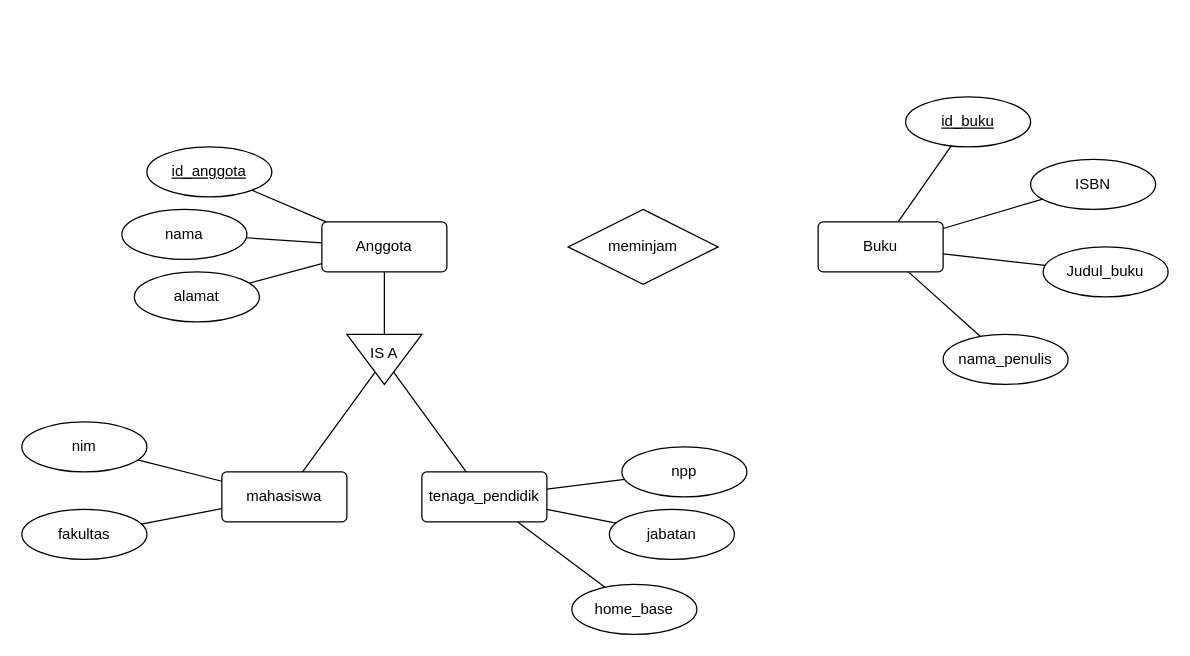
Earlier version of the draw.io diagram perpus.drawio (ilhamtkj/diagram). Source tidied: cells renumbered, new cells numbered last; positions are measured from the earlier drawing's top-left corner, leaving out a move shared by most shapes. Both pictures are drawn from the tidied source at 125%, with x=0, y=0 at pixel (21, 96).
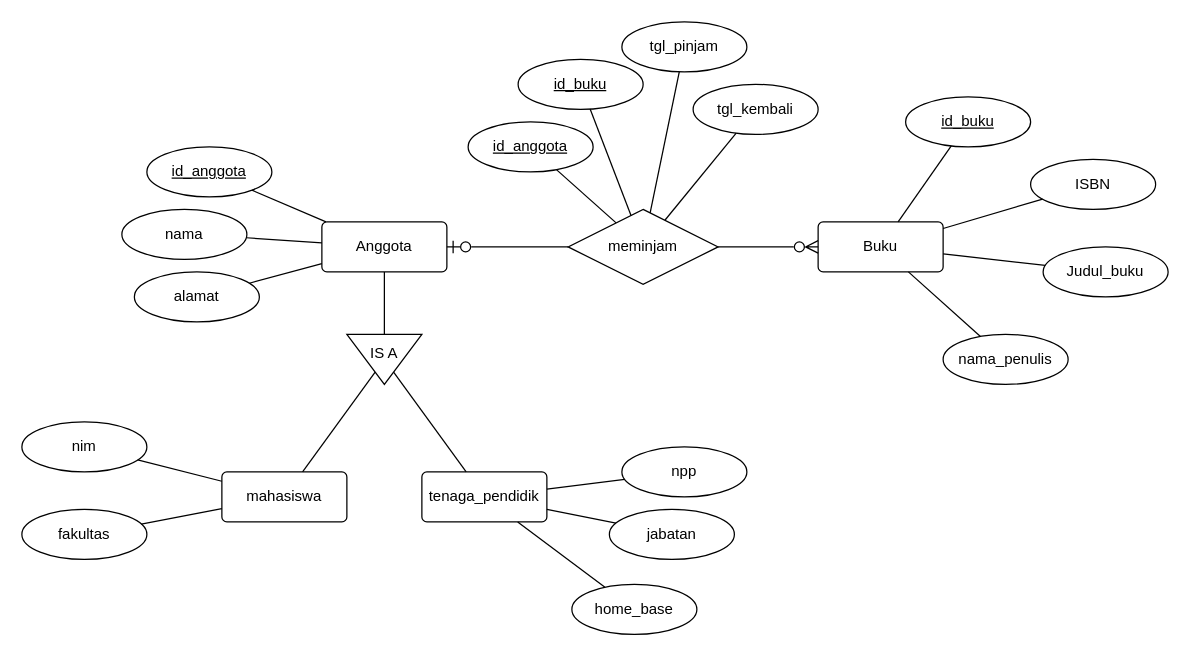
Above is the later version.

The change refers to these unchanged cells:
```xml
<mxCell id="2" value="Buku" style="rounded=1;arcSize=10;whiteSpace=wrap;html=1;align=center;" parent="1" vertex="1">
  <mxGeometry x="637" y="100" width="100" height="40" as="geometry" />
</mxCell>
<mxCell id="11" value="Anggota" style="rounded=1;arcSize=10;whiteSpace=wrap;html=1;align=center;" parent="1" vertex="1">
  <mxGeometry x="240" y="100" width="100" height="40" as="geometry" />
</mxCell>
<mxCell id="36" value="meminjam" style="shape=rhombus;perimeter=rhombusPerimeter;whiteSpace=wrap;html=1;align=center;" parent="1" vertex="1">
  <mxGeometry x="437" y="90" width="120" height="60" as="geometry" />
</mxCell>
```

The edit, as a diff of the source:
```diff
@@
+    <mxCell id="37" style="endArrow=none;html=1;rounded=0;startArrow=ERzeroToOne;startFill=0;endSize=6;startSize=8;" parent="1" edge="1" source="11" target="36">
+      <mxGeometry relative="1" as="geometry" />
+    </mxCell>
+    <mxCell id="38" style="endArrow=ERzeroToMany;html=1;rounded=0;endFill=0;endSize=8;" parent="1" edge="1" source="36" target="2">
+      <mxGeometry relative="1" as="geometry" />
+    </mxCell>
+    <mxCell id="39" value="tgl_pinjam" style="ellipse;whiteSpace=wrap;html=1;align=center;" parent="1" vertex="1">
+      <mxGeometry x="480" y="-60" width="100" height="40" as="geometry" />
+    </mxCell>
+    <mxCell id="40" value="tgl_kembali" style="ellipse;whiteSpace=wrap;html=1;align=center;" parent="1" vertex="1">
+      <mxGeometry x="537" y="-10" width="100" height="40" as="geometry" />
+    </mxCell>
+    <mxCell id="41" value="id_anggota" style="ellipse;whiteSpace=wrap;html=1;align=center;fontStyle=4;" parent="1" vertex="1">
+      <mxGeometry x="357" y="20" width="100" height="40" as="geometry" />
+    </mxCell>
+    <mxCell id="42" value="id_buku" style="ellipse;whiteSpace=wrap;html=1;align=center;fontStyle=4;" parent="1" vertex="1">
+      <mxGeometry x="397" y="-30" width="100" height="40" as="geometry" />
+    </mxCell>
+    <mxCell id="43" style="endArrow=none;html=1;rounded=0;" parent="1" edge="1" source="41" target="36">
+      <mxGeometry relative="1" as="geometry" />
+    </mxCell>
+    <mxCell id="44" style="endArrow=none;html=1;rounded=0;" parent="1" edge="1" source="39" target="36">
+      <mxGeometry relative="1" as="geometry" />
+    </mxCell>
+    <mxCell id="45" style="endArrow=none;html=1;rounded=0;" parent="1" edge="1" source="42" target="36">
+      <mxGeometry relative="1" as="geometry" />
+    </mxCell>
+    <mxCell id="46" style="endArrow=none;html=1;rounded=0;" parent="1" edge="1" source="40" target="36">
+      <mxGeometry relative="1" as="geometry" />
+    </mxCell>
```
